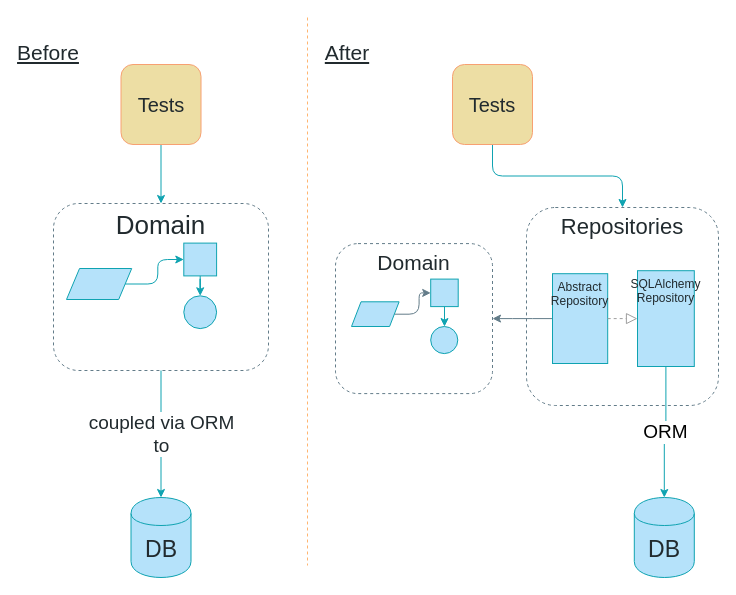
Above: page "Chapter 2" (2 of 10) of maps.drawio in cosmicpython/book (draw.io), before the change. Source tidied: cells renumbered, new cells numbered last; positions are measured from the earlier drawing's top-left corner, leaving out a move shared by most shapes. Both pictures are drawn from the tidied source at 100%, with x=0, y=0 at pixel (17, 17).
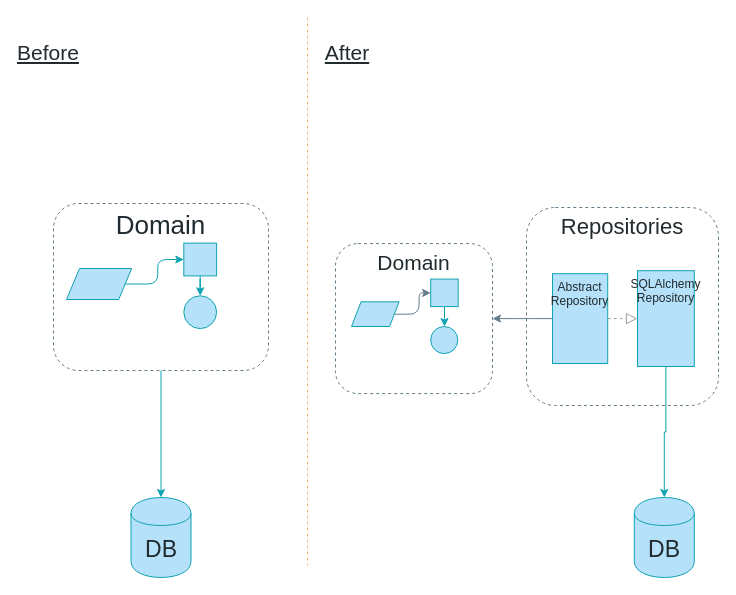
The same diagram, later.

The change refers to these unchanged cells:
```xml
<mxCell id="3" value="&lt;font style=&quot;font-size: 26px&quot;&gt;Domain&lt;/font&gt;" style="rounded=1;whiteSpace=wrap;html=1;fontFamily=Guardian Sans Cond Light;verticalAlign=top;fontSize=14;fontColor=#212A2E;fillColor=none;strokeColor=#637C89;dashed=1;" parent="2" vertex="1">
  <mxGeometry width="215" height="167" as="geometry" />
</mxCell>
<mxCell id="9" value="DB" style="shape=cylinder;whiteSpace=wrap;html=1;boundedLbl=1;backgroundOutline=1;strokeColor=#0FA3B1;fillColor=#B5E2FA;fontSize=23;fontColor=#212A2E;gradientColor=none;fontFamily=Guardian Sans Cond Light;" parent="1" vertex="1">
  <mxGeometry x="113.5" y="480" width="60" height="80" as="geometry" />
</mxCell>
<mxCell id="27" value="&lt;font style=&quot;font-size: 22px;&quot; color=&quot;#212A2E&quot;&gt;Repositories&lt;/font&gt;" style="whiteSpace=wrap;html=1;strokeColor=#637C89;fillColor=none;gradientColor=none;fontFamily=Guardian Sans Cond Light;fontSize=22;fontColor=#000000;verticalAlign=top;rounded=1;dashed=1;" parent="1" vertex="1">
  <mxGeometry x="509" y="190" width="192" height="198" as="geometry" />
</mxCell>
<mxCell id="30" value="SQLAlchemy&lt;br style=&quot;font-size: 12px;&quot;&gt;Repository" style="whiteSpace=wrap;html=1;strokeColor=#0FA3B1;fillColor=#B5E2FA;gradientColor=none;fontFamily=Guardian Sans Cond Light;fontSize=12;fontColor=#212A2E;verticalAlign=top;" parent="1" vertex="1">
  <mxGeometry x="620" y="253.2" width="56.8" height="95.8" as="geometry" />
</mxCell>
<mxCell id="32" value="DB" style="shape=cylinder;whiteSpace=wrap;html=1;boundedLbl=1;backgroundOutline=1;strokeColor=#0FA3B1;fillColor=#B5E2FA;fontSize=23;fontColor=#212A2E;gradientColor=none;fontFamily=Guardian Sans Cond Light;" parent="1" vertex="1">
  <mxGeometry x="616.8" y="480" width="60" height="80" as="geometry" />
</mxCell>
```

Change to the diagram source:
```diff
@@
     <mxCell id="2" style="group;fontSize=27;fontFamily=Guardian Sans Cond Light;" parent="1" vertex="1">
-      <mxGeometry x="36" y="186" width="215" height="167" as="geometry" />
+      <mxGeometry x="36" y="186" width="200" height="167" as="geometry" />
     </mxCell>
@@
-    <mxCell id="10" value="&lt;div style=&quot;font-size: 19px&quot;&gt;coupled via ORM&lt;/div&gt;&lt;div style=&quot;font-size: 19px&quot;&gt;to&lt;br style=&quot;font-size: 19px&quot;&gt;&lt;/div&gt;" style="edgeStyle=orthogonalEdgeStyle;jettySize=auto;html=1;strokeColor=#0FA3B1;fillColor=#B5E2FA;fontSize=19;fontColor=#212A2E;fontFamily=Guardian Sans Cond Light;" parent="1" edge="1" source="3" target="9">
+    <mxCell id="10" style="edgeStyle=orthogonalEdgeStyle;jettySize=auto;html=1;strokeColor=#0FA3B1;fillColor=#B5E2FA;fontSize=19;fontColor=#212A2E;fontFamily=Guardian Sans Cond Light;" parent="1" edge="1" source="3" target="9">
       <mxGeometry relative="1" as="geometry" />
     </mxCell>
@@
-    <mxCell id="22" style="edgeStyle=orthogonalEdgeStyle;jettySize=auto;html=1;strokeColor=#0FA3B1;fillColor=#B5E2FA;fontFamily=Guardian Sans Cond Light;fontSize=12;fontColor=#212A2E;" parent="1" edge="1" source="23" target="3">
-      <mxGeometry relative="1" as="geometry" />
-    </mxCell>
-    <mxCell id="23" value="Tests" style="whiteSpace=wrap;html=1;rounded=1;strokeColor=#F7A072;fillColor=#EDDEA4;gradientColor=none;fontFamily=Guardian Sans Cond Light;fontSize=20;fontColor=#212A2E;" parent="1" vertex="1">
-      <mxGeometry x="103.5" y="47" width="80" height="80" as="geometry" />
-    </mxCell>
-    <mxCell id="24" style="edgeStyle=orthogonalEdgeStyle;jettySize=auto;html=1;entryX=0.5;entryY=0;entryDx=0;entryDy=0;strokeColor=#0FA3B1;fillColor=#B5E2FA;fontFamily=Guardian Sans Cond Light;fontSize=12;fontColor=#212A2E;" parent="1" edge="1" source="25" target="27">
-      <mxGeometry relative="1" as="geometry" />
-    </mxCell>
-    <mxCell id="25" value="Tests" style="whiteSpace=wrap;html=1;rounded=1;strokeColor=#F7A072;fillColor=#EDDEA4;gradientColor=none;fontFamily=Guardian Sans Cond Light;fontSize=20;fontColor=#212A2E;" parent="1" vertex="1">
-      <mxGeometry x="435" y="47" width="80" height="80" as="geometry" />
-    </mxCell>
@@
-    <mxCell id="29" value="&lt;div style=&quot;font-size: 19px;&quot;&gt;ORM&lt;/div&gt;" style="edgeStyle=orthogonalEdgeStyle;rounded=0;jettySize=auto;html=1;exitX=0.5;exitY=1;exitDx=0;exitDy=0;fontFamily=Guardian Sans Cond Light;fontSize=19;strokeColor=#0FA3B1;" parent="1" edge="1" source="30" target="32">
+    <mxCell id="29" style="edgeStyle=orthogonalEdgeStyle;rounded=0;jettySize=auto;html=1;exitX=0.5;exitY=1;exitDx=0;exitDy=0;fontFamily=Guardian Sans Cond Light;fontSize=19;strokeColor=#0FA3B1;" parent="1" edge="1" source="30" target="32">
       <mxGeometry relative="1" as="geometry" />
     </mxCell>
```
